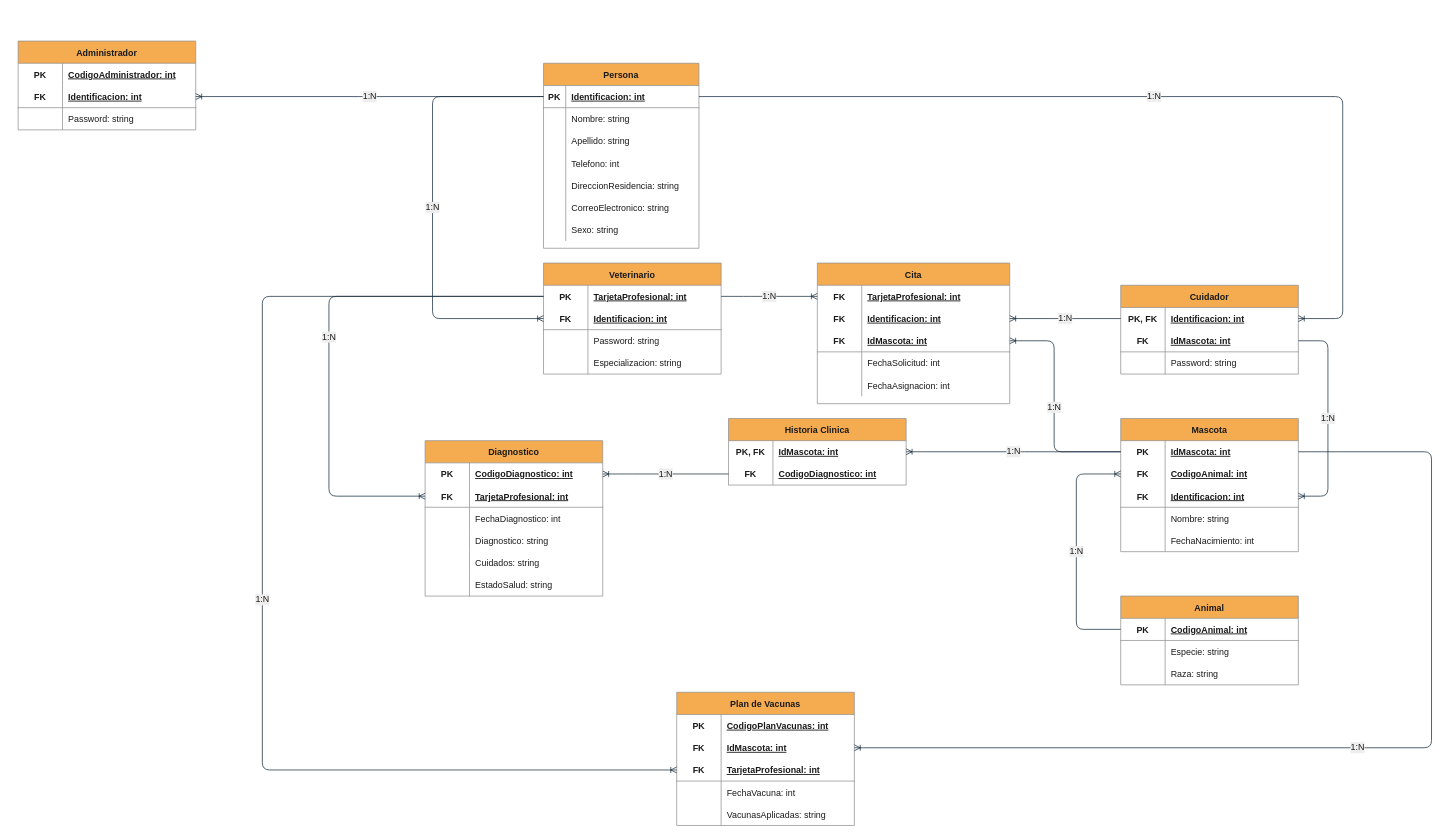
juandabi/teleVeterinaria keeps this draw.io diagram as page "Entidad relacion" (3 of 3) of Diagramas.drawio. Above is the earlier version. Source tidied: cells renumbered, new cells numbered last; positions are measured from the earlier drawing's top-left corner, leaving out a move shared by most shapes. Both pictures are drawn from the tidied source at 74%, with x=0, y=0 at pixel (18, 41).
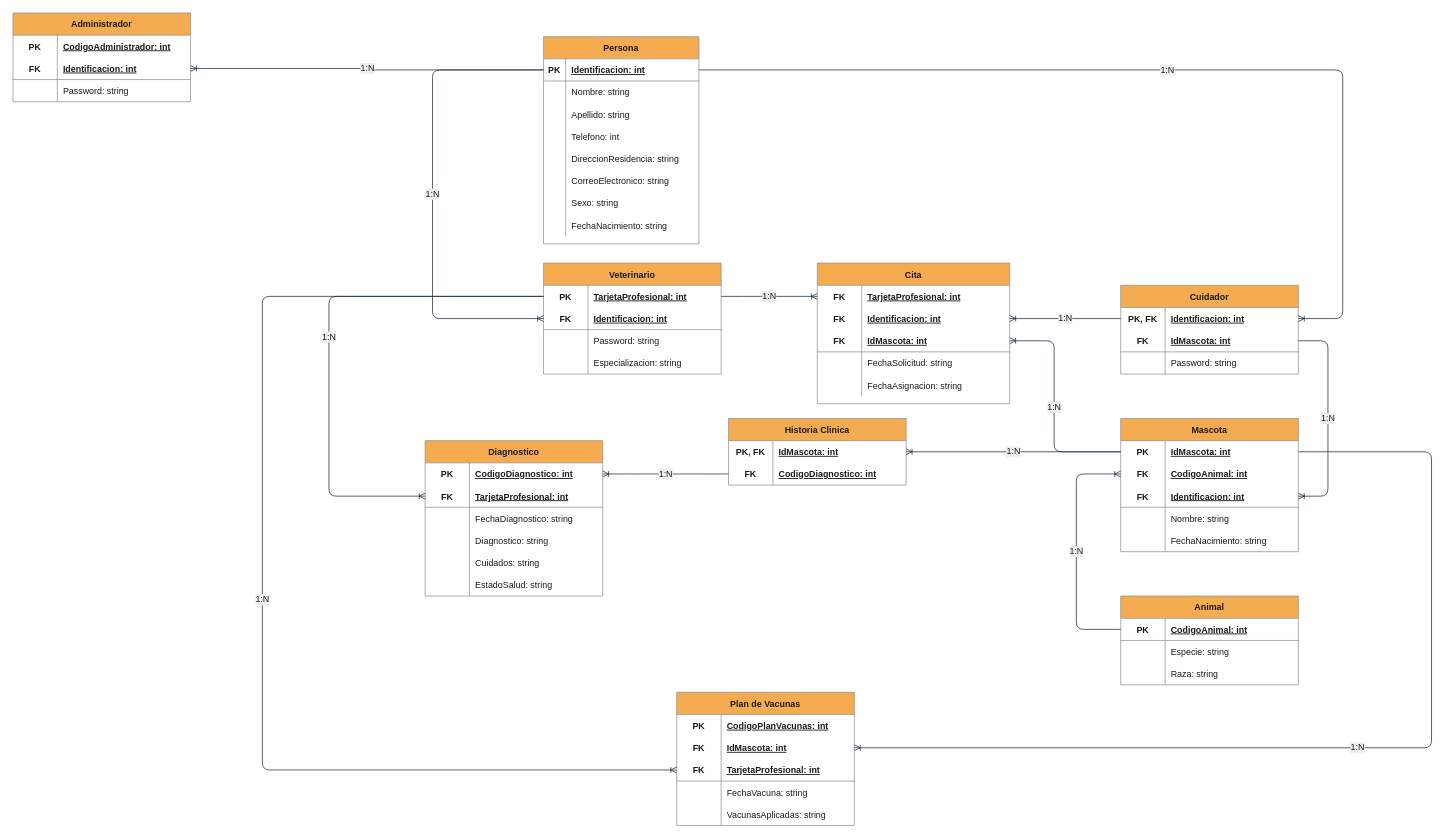
Above is the later version.

Commit message (it also covers changes not shown here):
Conversion de tipo de campo fecha de int a string

The change refers to these unchanged cells:
```xml
<mxCell id="3" style="shape=partialRectangle;fillColor=none;top=0;left=0;bottom=1;right=0;points=[[0,0.5],[1,0.5]];portConstraint=eastwest;strokeColor=#909090;fontColor=#1A1A1A;" parent="2" vertex="1">
  <mxGeometry y="30" width="210" height="30" as="geometry" />
</mxCell>
<mxCell id="28" style="shape=partialRectangle;fillColor=none;top=0;left=0;bottom=1;right=0;points=[[0,0.5],[1,0.5]];portConstraint=eastwest;strokeColor=#909090;fontColor=#1A1A1A;" parent="24" vertex="1">
  <mxGeometry y="60" width="240" height="30" as="geometry" />
</mxCell>
<mxCell id="70" style="shape=partialRectangle;fillColor=none;top=0;left=0;bottom=0;right=0;strokeColor=#909090;fontColor=#1A1A1A;" parent="57" vertex="1">
  <mxGeometry y="150" width="240" height="30" as="geometry" />
</mxCell>
<mxCell id="83" style="shape=partialRectangle;fillColor=none;top=0;left=0;bottom=0;right=0;strokeColor=#909090;fontColor=#1A1A1A;" parent="73" vertex="1">
  <mxGeometry y="120" width="260" height="30" as="geometry" />
</mxCell>
<mxCell id="86" style="shape=partialRectangle;fillColor=none;top=0;left=0;bottom=0;right=0;strokeColor=#909090;fontColor=#1A1A1A;" parent="73" vertex="1">
  <mxGeometry y="150" width="260" height="30" as="geometry" />
</mxCell>
<mxCell id="103" style="shape=partialRectangle;fillColor=none;top=0;left=0;bottom=0;right=0;strokeColor=#909090;fontColor=#1A1A1A;" parent="96" vertex="1">
  <mxGeometry y="90" width="240" height="30" as="geometry" />
</mxCell>
<mxCell id="135" style="shape=partialRectangle;fillColor=none;top=0;left=0;bottom=0;right=0;strokeColor=#909090;fontColor=#1A1A1A;" parent="125" vertex="1">
  <mxGeometry y="120" width="240" height="30" as="geometry" />
</mxCell>
```

What changed in the source:
```diff
@@
     <mxCell id="2" value="Persona" style="shape=table;startSize=30;childLayout=tableLayout;rowLines=0;fontStyle=1;align=center;fillColor=#F5AB50;strokeColor=#909090;fontColor=#1A1A1A;" parent="1" vertex="1">
-      <mxGeometry x="710" y="30" width="210" height="250" as="geometry" />
+      <mxGeometry x="710" y="-6" width="210" height="280" as="geometry" />
     </mxCell>
@@
+    <mxCell id="154" style="shape=partialRectangle;fillColor=none;top=0;left=0;bottom=0;right=0;strokeColor=#909090;fontColor=#1A1A1A;" parent="2" vertex="1">
+      <mxGeometry y="240" width="210" height="30" as="geometry" />
+    </mxCell>
+    <mxCell id="155" style="shape=partialRectangle;fillColor=none;top=0;left=0;bottom=0;right=0;overflow=hidden;strokeColor=#909090;fontColor=#1A1A1A;" parent="154" vertex="1">
+      <mxGeometry width="30" height="30" as="geometry" />
+    </mxCell>
+    <mxCell id="156" value="FechaNacimiento: string" style="shape=partialRectangle;fillColor=none;top=0;left=0;bottom=0;right=0;align=left;spacingLeft=6;overflow=hidden;strokeColor=#909090;fontColor=#1A1A1A;" parent="154" vertex="1">
+      <mxGeometry x="30" width="180" height="30" as="geometry" />
+    </mxCell>
     <mxCell id="24" value="Administrador" style="shape=table;startSize=30;childLayout=tableLayout;rowLines=0;fontStyle=1;align=center;fillColor=#F5AB50;strokeColor=#909090;fontColor=#1A1A1A;" parent="1" vertex="1">
-      <mxGeometry width="240" height="120" as="geometry" />
+      <mxGeometry x="-7" y="-38" width="240" height="120" as="geometry" />
     </mxCell>
@@
-    <mxCell id="72" value="FechaNacimiento: int" style="shape=partialRectangle;fillColor=none;top=0;left=0;bottom=0;right=0;align=left;spacingLeft=6;overflow=hidden;strokeColor=#909090;fontColor=#1A1A1A;" parent="70" vertex="1">
+    <mxCell id="72" value="FechaNacimiento: string" style="shape=partialRectangle;fillColor=none;top=0;left=0;bottom=0;right=0;align=left;spacingLeft=6;overflow=hidden;strokeColor=#909090;fontColor=#1A1A1A;" parent="70" vertex="1">
       <mxGeometry x="60" width="180" height="30" as="geometry" />
     </mxCell>
@@
-    <mxCell id="85" value="FechaSolicitud: int" style="shape=partialRectangle;fillColor=none;top=0;left=0;bottom=0;right=0;align=left;spacingLeft=6;overflow=hidden;strokeColor=#909090;fontColor=#1A1A1A;" parent="83" vertex="1">
+    <mxCell id="85" value="FechaSolicitud: string" style="shape=partialRectangle;fillColor=none;top=0;left=0;bottom=0;right=0;align=left;spacingLeft=6;overflow=hidden;strokeColor=#909090;fontColor=#1A1A1A;" parent="83" vertex="1">
       <mxGeometry x="60" width="200" height="30" as="geometry" />
     </mxCell>
@@
-    <mxCell id="88" value="FechaAsignacion: int" style="shape=partialRectangle;fillColor=none;top=0;left=0;bottom=0;right=0;align=left;spacingLeft=6;overflow=hidden;strokeColor=#909090;fontColor=#1A1A1A;" parent="86" vertex="1">
+    <mxCell id="88" value="FechaAsignacion: string" style="shape=partialRectangle;fillColor=none;top=0;left=0;bottom=0;right=0;align=left;spacingLeft=6;overflow=hidden;strokeColor=#909090;fontColor=#1A1A1A;" parent="86" vertex="1">
       <mxGeometry x="60" width="200" height="30" as="geometry" />
     </mxCell>
@@
-    <mxCell id="105" value="FechaDiagnostico: int" style="shape=partialRectangle;fillColor=none;top=0;left=0;bottom=0;right=0;align=left;spacingLeft=6;overflow=hidden;strokeColor=#909090;fontColor=#1A1A1A;" parent="103" vertex="1">
+    <mxCell id="105" value="FechaDiagnostico: string" style="shape=partialRectangle;fillColor=none;top=0;left=0;bottom=0;right=0;align=left;spacingLeft=6;overflow=hidden;strokeColor=#909090;fontColor=#1A1A1A;" parent="103" vertex="1">
       <mxGeometry x="60" width="180" height="30" as="geometry" />
     </mxCell>
@@
-    <mxCell id="137" value="FechaVacuna: int" style="shape=partialRectangle;fillColor=none;top=0;left=0;bottom=0;right=0;align=left;spacingLeft=6;overflow=hidden;strokeColor=#909090;fontColor=#1A1A1A;" parent="135" vertex="1">
+    <mxCell id="137" value="FechaVacuna: string" style="shape=partialRectangle;fillColor=none;top=0;left=0;bottom=0;right=0;align=left;spacingLeft=6;overflow=hidden;strokeColor=#909090;fontColor=#1A1A1A;" parent="135" vertex="1">
       <mxGeometry x="60" width="180" height="30" as="geometry" />
     </mxCell>
@@
     <mxCell id="141" value="1:N" style="edgeStyle=elbowEdgeStyle;fontSize=12;html=1;endArrow=ERoneToMany;exitX=0;exitY=0.5;exitDx=0;exitDy=0;entryX=1;entryY=0.5;entryDx=0;entryDy=0;labelBackgroundColor=#EEEEEE;strokeColor=#182E3E;fontColor=#1A1A1A;" parent="1" edge="1" source="3" target="28">
-      <mxGeometry relative="1" as="geometry">
-        <Array as="points">
-          <mxPoint x="470" y="75" />
-        </Array>
-      </mxGeometry>
+      <mxGeometry relative="1" as="geometry" />
     </mxCell>
```
